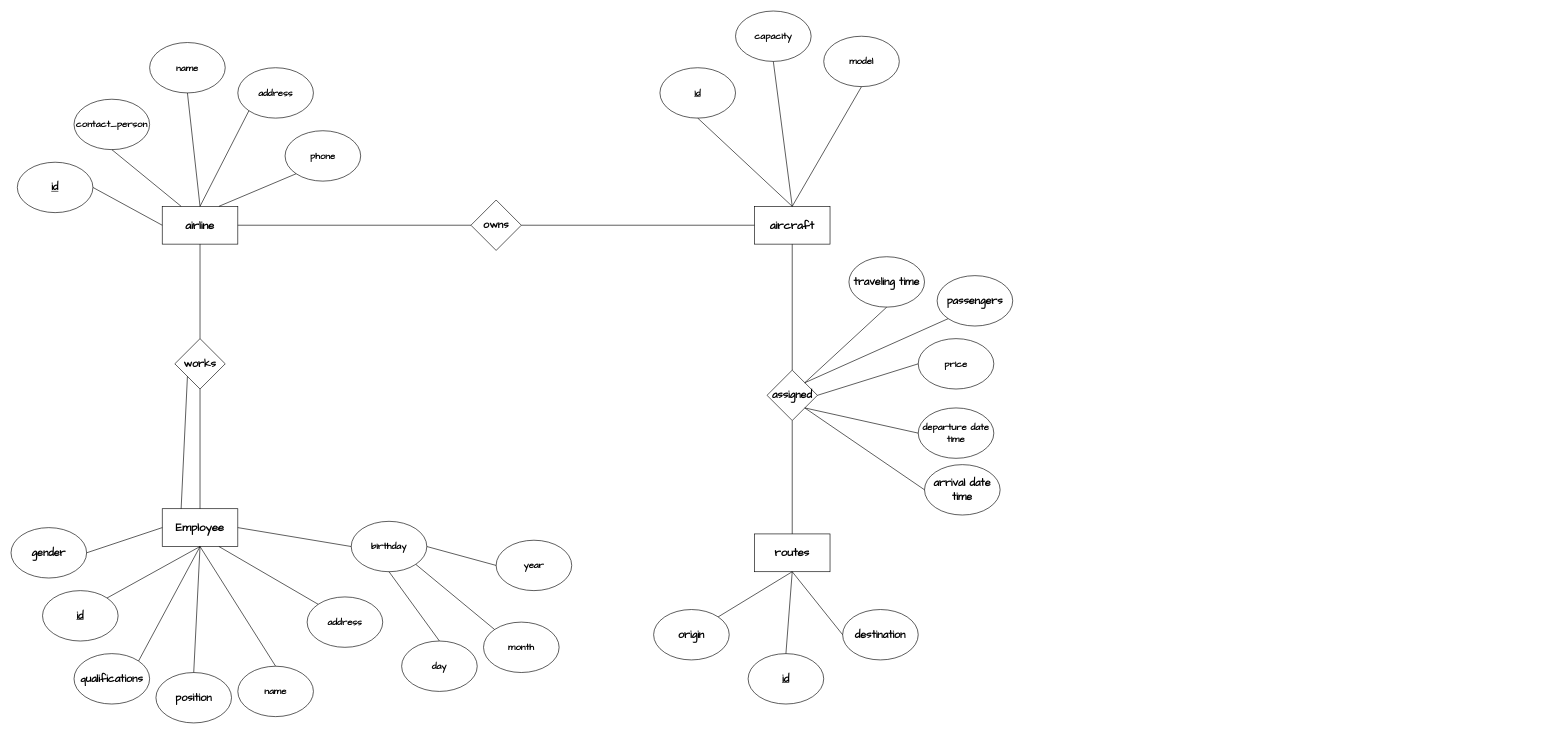
Before: Erd5.drawio in you22ef/ERDs, a draw.io diagram. Source tidied: cells renumbered, new cells numbered last; positions are measured from the earlier drawing's top-left corner, leaving out a move shared by most shapes. Both pictures are drawn from the tidied source at 63%, with x=0, y=0 at pixel (11, 11).
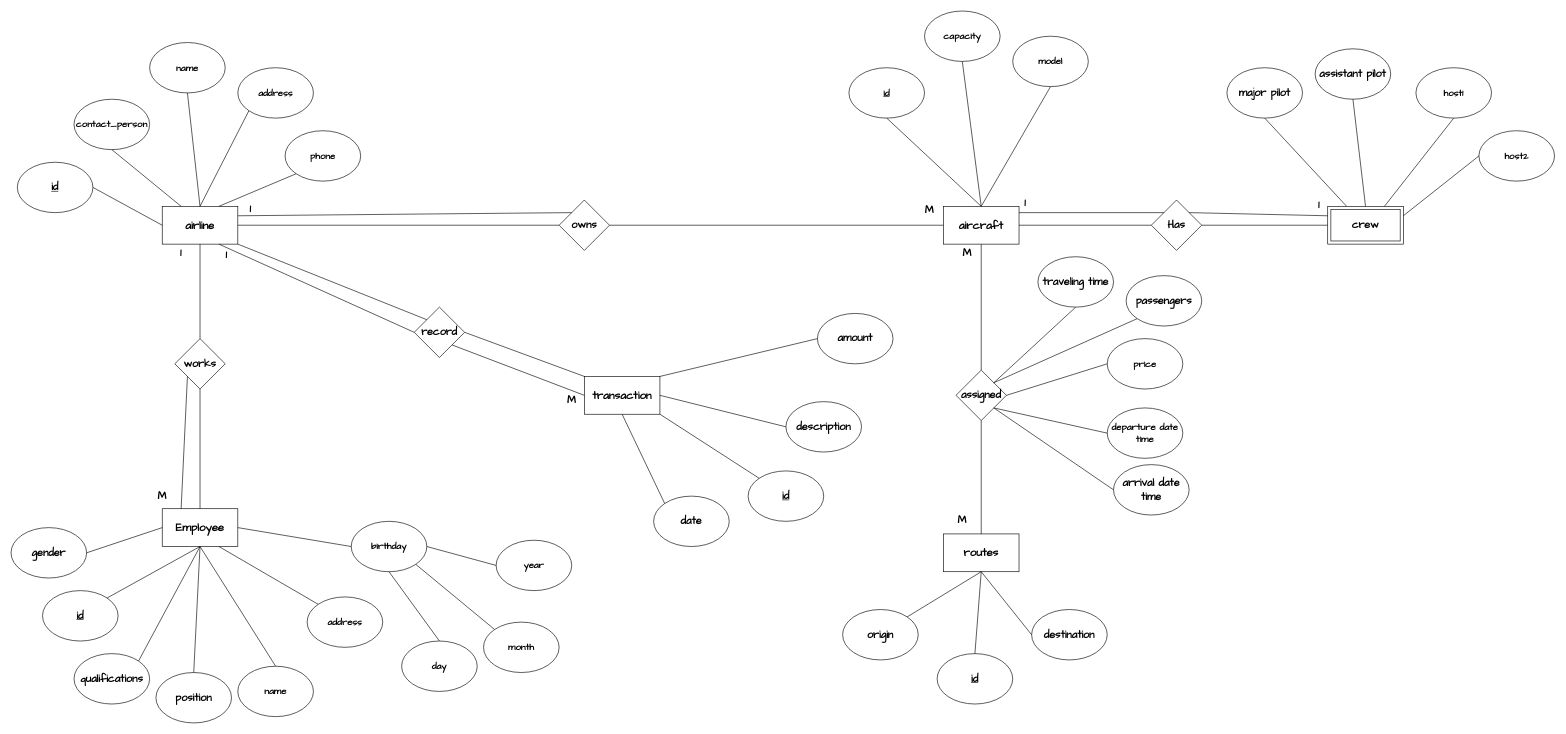
Above is the later version.

Unchanged cells that the change refers to:
```xml
<mxCell id="2" value="&lt;font size=&quot;1&quot; face=&quot;Architects Daughter&quot; style=&quot;&quot;&gt;&lt;b style=&quot;font-size: 18px;&quot;&gt;airline&lt;/b&gt;&lt;/font&gt;" style="rounded=0;whiteSpace=wrap;html=1;" parent="1" vertex="1">
  <mxGeometry x="240" y="310" width="120" height="60" as="geometry" />
</mxCell>
```

Diff of the diagram source:
```diff
@@
     <mxCell id="38" value="&lt;font size=&quot;1&quot; face=&quot;Architects Daughter&quot; style=&quot;&quot;&gt;&lt;b style=&quot;font-size: 18px;&quot;&gt;aircraft&lt;/b&gt;&lt;/font&gt;" style="rounded=0;whiteSpace=wrap;html=1;" parent="1" vertex="1">
-      <mxGeometry x="1180" y="310" width="120" height="60" as="geometry" />
+      <mxGeometry x="1480" y="310" width="120" height="60" as="geometry" />
     </mxCell>
     <mxCell id="39" value="&lt;font style=&quot;font-size: 15px;&quot; face=&quot;Architects Daughter&quot;&gt;&lt;b&gt;&lt;u&gt;id&lt;/u&gt;&lt;/b&gt;&lt;/font&gt;" style="ellipse;whiteSpace=wrap;html=1;" parent="1" vertex="1">
-      <mxGeometry x="1030" y="90" width="120" height="80" as="geometry" />
+      <mxGeometry x="1330" y="90" width="120" height="80" as="geometry" />
     </mxCell>
     <mxCell id="40" value="&lt;font style=&quot;font-size: 15px;&quot; face=&quot;Architects Daughter&quot;&gt;&lt;b&gt;capacity&lt;/b&gt;&lt;/font&gt;" style="ellipse;whiteSpace=wrap;html=1;" parent="1" vertex="1">
-      <mxGeometry x="1150" width="120" height="80" as="geometry" />
+      <mxGeometry x="1450" width="120" height="80" as="geometry" />
     </mxCell>
     <mxCell id="41" value="&lt;font style=&quot;font-size: 15px;&quot; face=&quot;Architects Daughter&quot;&gt;&lt;b&gt;model&lt;/b&gt;&lt;/font&gt;" style="ellipse;whiteSpace=wrap;html=1;" parent="1" vertex="1">
-      <mxGeometry x="1290" y="40" width="120" height="80" as="geometry" />
+      <mxGeometry x="1590" y="40" width="120" height="80" as="geometry" />
     </mxCell>
@@
     <mxCell id="45" value="&lt;font face=&quot;Architects Daughter&quot; style=&quot;font-size: 17px;&quot;&gt;&lt;b&gt;owns&lt;/b&gt;&lt;/font&gt;" style="rhombus;whiteSpace=wrap;html=1;" parent="1" vertex="1">
-      <mxGeometry x="730" y="300" width="80" height="80" as="geometry" />
+      <mxGeometry x="870" y="300" width="80" height="80" as="geometry" />
     </mxCell>
@@
     <mxCell id="48" value="&lt;font size=&quot;1&quot; face=&quot;Architects Daughter&quot; style=&quot;&quot;&gt;&lt;b style=&quot;font-size: 18px;&quot;&gt;routes&lt;/b&gt;&lt;/font&gt;" style="rounded=0;whiteSpace=wrap;html=1;" parent="1" vertex="1">
-      <mxGeometry x="1180" y="830" width="120" height="60" as="geometry" />
+      <mxGeometry x="1480" y="830" width="120" height="60" as="geometry" />
     </mxCell>
     <mxCell id="49" value="&lt;font face=&quot;Architects Daughter&quot; style=&quot;font-size: 17px;&quot;&gt;&lt;b&gt;assigned&lt;/b&gt;&lt;/font&gt;" style="rhombus;whiteSpace=wrap;html=1;" parent="1" vertex="1">
-      <mxGeometry x="1200" y="570" width="80" height="80" as="geometry" />
+      <mxGeometry x="1500" y="570" width="80" height="80" as="geometry" />
     </mxCell>
@@
     <mxCell id="52" value="&lt;font face=&quot;Architects Daughter&quot; style=&quot;font-size: 17px;&quot;&gt;&lt;b&gt;passengers&lt;/b&gt;&lt;/font&gt;" style="ellipse;whiteSpace=wrap;html=1;" parent="1" vertex="1">
-      <mxGeometry x="1470" y="420" width="120" height="80" as="geometry" />
+      <mxGeometry x="1770" y="420" width="120" height="80" as="geometry" />
     </mxCell>
     <mxCell id="53" value="&lt;font style=&quot;font-size: 15px;&quot; face=&quot;Architects Daughter&quot;&gt;&lt;b&gt;price&lt;/b&gt;&lt;/font&gt;" style="ellipse;whiteSpace=wrap;html=1;" parent="1" vertex="1">
-      <mxGeometry x="1440" y="520" width="120" height="80" as="geometry" />
+      <mxGeometry x="1740" y="520" width="120" height="80" as="geometry" />
     </mxCell>
     <mxCell id="54" value="&lt;font face=&quot;Architects Daughter&quot;&gt;&lt;span style=&quot;font-size: 15px;&quot;&gt;&lt;b&gt;departure date time&lt;/b&gt;&lt;/span&gt;&lt;/font&gt;" style="ellipse;whiteSpace=wrap;html=1;" parent="1" vertex="1">
-      <mxGeometry x="1440" y="630" width="120" height="80" as="geometry" />
+      <mxGeometry x="1740" y="630" width="120" height="80" as="geometry" />
     </mxCell>
     <mxCell id="55" value="&lt;span id=&quot;docs-internal-guid-20065bb7-7fff-2f70-83fb-76d57429f38e&quot;&gt;&lt;span style=&quot;background-color: transparent; font-variant-numeric: normal; font-variant-east-asian: normal; font-variant-alternates: normal; font-variant-position: normal; vertical-align: baseline; white-space-collapse: preserve;&quot;&gt;&lt;font face=&quot;Architects Daughter&quot; style=&quot;font-size: 17px;&quot;&gt;&lt;b&gt;arrival date time&lt;/b&gt;&lt;/font&gt;&lt;/span&gt;&lt;/span&gt;" style="ellipse;whiteSpace=wrap;html=1;" parent="1" vertex="1">
-      <mxGeometry x="1450" y="720" width="120" height="80" as="geometry" />
+      <mxGeometry x="1750" y="720" width="120" height="80" as="geometry" />
     </mxCell>
     <mxCell id="56" value="&lt;span id=&quot;docs-internal-guid-20065bb7-7fff-2f70-83fb-76d57429f38e&quot;&gt;&lt;span style=&quot;background-color: transparent; font-variant-numeric: normal; font-variant-east-asian: normal; font-variant-alternates: normal; font-variant-position: normal; vertical-align: baseline; white-space-collapse: preserve;&quot;&gt;&lt;font face=&quot;Architects Daughter&quot; style=&quot;font-size: 17px;&quot;&gt;&lt;b&gt;traveling time&lt;/b&gt;&lt;/font&gt;&lt;/span&gt;&lt;/span&gt;" style="ellipse;whiteSpace=wrap;html=1;" parent="1" vertex="1">
-      <mxGeometry x="1330" y="390" width="120" height="80" as="geometry" />
+      <mxGeometry x="1630" y="390" width="120" height="80" as="geometry" />
     </mxCell>
@@
     <mxCell id="62" value="&lt;font face=&quot;Architects Daughter&quot; style=&quot;font-size: 17px;&quot;&gt;&lt;b&gt;&lt;u&gt;id&lt;/u&gt;&lt;/b&gt;&lt;/font&gt;" style="ellipse;whiteSpace=wrap;html=1;" parent="1" vertex="1">
-      <mxGeometry x="1170" y="1020" width="120" height="80" as="geometry" />
+      <mxGeometry x="1470" y="1020" width="120" height="80" as="geometry" />
     </mxCell>
     <mxCell id="63" value="&lt;font face=&quot;Architects Daughter&quot; style=&quot;font-size: 17px;&quot;&gt;&lt;b&gt;origin&lt;/b&gt;&lt;/font&gt;" style="ellipse;whiteSpace=wrap;html=1;" parent="1" vertex="1">
-      <mxGeometry x="1020" y="950" width="120" height="80" as="geometry" />
+      <mxGeometry x="1320" y="950" width="120" height="80" as="geometry" />
     </mxCell>
     <mxCell id="64" value="&lt;font face=&quot;Architects Daughter&quot; style=&quot;font-size: 17px;&quot;&gt;&lt;b&gt;destination&lt;/b&gt;&lt;/font&gt;" style="ellipse;whiteSpace=wrap;html=1;" parent="1" vertex="1">
-      <mxGeometry x="1320" y="950" width="120" height="80" as="geometry" />
+      <mxGeometry x="1620" y="950" width="120" height="80" as="geometry" />
     </mxCell>
@@
+    <mxCell id="68" value="&lt;font face=&quot;Architects Daughter&quot;&gt;&lt;span style=&quot;font-size: 17px;&quot;&gt;&lt;b&gt;Has&lt;/b&gt;&lt;/span&gt;&lt;/font&gt;" style="rhombus;whiteSpace=wrap;html=1;" parent="1" vertex="1">
+      <mxGeometry x="1810" y="300" width="80" height="80" as="geometry" />
+    </mxCell>
+    <mxCell id="69" style="endArrow=none;html=1;rounded=0;entryX=0;entryY=0.5;entryDx=0;entryDy=0;exitX=1;exitY=0.5;exitDx=0;exitDy=0;" parent="1" edge="1" source="38" target="68">
+      <mxGeometry relative="1" as="geometry" />
+    </mxCell>
+    <mxCell id="70" style="endArrow=none;html=1;rounded=0;entryX=0;entryY=0.5;entryDx=0;entryDy=0;exitX=1;exitY=0.5;exitDx=0;exitDy=0;" parent="1" edge="1" source="68">
+      <mxGeometry relative="1" as="geometry">
+        <mxPoint x="2090" y="340" as="targetPoint" />
+      </mxGeometry>
+    </mxCell>
+    <mxCell id="71" value="&lt;span id=&quot;docs-internal-guid-b2db51b0-7fff-d090-8908-4a4fd3508adb&quot;&gt;&lt;span style=&quot;background-color: transparent; font-variant-numeric: normal; font-variant-east-asian: normal; font-variant-alternates: normal; font-variant-position: normal; vertical-align: baseline; white-space-collapse: preserve;&quot;&gt;&lt;font face=&quot;Architects Daughter&quot; style=&quot;font-size: 17px;&quot;&gt;&lt;b style=&quot;&quot;&gt;assistant pilot&lt;/b&gt;&lt;/font&gt;&lt;/span&gt;&lt;/span&gt;" style="ellipse;whiteSpace=wrap;html=1;" parent="1" vertex="1">
+      <mxGeometry x="2070" y="60" width="120" height="80" as="geometry" />
+    </mxCell>
+    <mxCell id="72" value="&lt;font style=&quot;font-size: 15px;&quot; face=&quot;Architects Daughter&quot;&gt;&lt;b&gt;host1&lt;/b&gt;&lt;/font&gt;" style="ellipse;whiteSpace=wrap;html=1;" parent="1" vertex="1">
+      <mxGeometry x="2230" y="90" width="120" height="80" as="geometry" />
+    </mxCell>
+    <mxCell id="73" value="&lt;span id=&quot;docs-internal-guid-0a37451d-7fff-90be-95d0-c3b333b47616&quot;&gt;&lt;span style=&quot;background-color: transparent; font-variant-numeric: normal; font-variant-east-asian: normal; font-variant-alternates: normal; font-variant-position: normal; vertical-align: baseline; white-space-collapse: preserve;&quot;&gt;&lt;font face=&quot;Architects Daughter&quot; style=&quot;font-size: 17px;&quot;&gt;&lt;b style=&quot;&quot;&gt;major pilot&lt;/b&gt;&lt;/font&gt;&lt;/span&gt;&lt;/span&gt;" style="ellipse;whiteSpace=wrap;html=1;" parent="1" vertex="1">
+      <mxGeometry x="1930" y="90" width="120" height="80" as="geometry" />
+    </mxCell>
+    <mxCell id="74" value="&lt;font style=&quot;font-size: 15px;&quot; face=&quot;Architects Daughter&quot;&gt;&lt;b&gt;host2&lt;/b&gt;&lt;/font&gt;" style="ellipse;whiteSpace=wrap;html=1;" parent="1" vertex="1">
+      <mxGeometry x="2330" y="190" width="120" height="80" as="geometry" />
+    </mxCell>
+    <mxCell id="75" style="endArrow=none;html=1;rounded=0;entryX=0.5;entryY=1;entryDx=0;entryDy=0;exitX=0.25;exitY=0;exitDx=0;exitDy=0;" parent="1" edge="1" source="76" target="73">
+      <mxGeometry relative="1" as="geometry" />
+    </mxCell>
+    <mxCell id="76" value="&lt;font face=&quot;Architects Daughter&quot; style=&quot;font-size: 17px;&quot;&gt;&lt;b&gt;crew&lt;/b&gt;&lt;/font&gt;" style="shape=ext;margin=3;double=1;whiteSpace=wrap;html=1;align=center;" parent="1" vertex="1">
+      <mxGeometry x="2090" y="310" width="120" height="60" as="geometry" />
+    </mxCell>
+    <mxCell id="77" style="endArrow=none;html=1;rounded=0;entryX=0.5;entryY=1;entryDx=0;entryDy=0;exitX=0.5;exitY=0;exitDx=0;exitDy=0;" parent="1" edge="1" source="76" target="71">
+      <mxGeometry relative="1" as="geometry" />
+    </mxCell>
+    <mxCell id="78" style="endArrow=none;html=1;rounded=0;entryX=0.5;entryY=1;entryDx=0;entryDy=0;exitX=0.75;exitY=0;exitDx=0;exitDy=0;" parent="1" edge="1" source="76" target="72">
+      <mxGeometry relative="1" as="geometry" />
+    </mxCell>
+    <mxCell id="79" style="endArrow=none;html=1;rounded=0;entryX=0;entryY=0.5;entryDx=0;entryDy=0;exitX=1;exitY=0.25;exitDx=0;exitDy=0;" parent="1" edge="1" source="76" target="74">
+      <mxGeometry relative="1" as="geometry" />
+    </mxCell>
+    <mxCell id="80" value="&lt;font size=&quot;1&quot; face=&quot;Architects Daughter&quot; style=&quot;&quot;&gt;&lt;b style=&quot;font-size: 18px;&quot;&gt;transaction&lt;/b&gt;&lt;/font&gt;" style="rounded=0;whiteSpace=wrap;html=1;" parent="1" vertex="1">
+      <mxGeometry x="910" y="580" width="120" height="60" as="geometry" />
+    </mxCell>
+    <mxCell id="81" value="&lt;font face=&quot;Architects Daughter&quot; style=&quot;font-size: 17px;&quot;&gt;&lt;b&gt;&lt;u&gt;id&lt;/u&gt;&lt;/b&gt;&lt;/font&gt;" style="ellipse;whiteSpace=wrap;html=1;" parent="1" vertex="1">
+      <mxGeometry x="1170" y="730" width="120" height="80" as="geometry" />
+    </mxCell>
+    <mxCell id="82" value="&lt;font face=&quot;Architects Daughter&quot; style=&quot;font-size: 17px;&quot;&gt;&lt;b&gt;date&lt;/b&gt;&lt;/font&gt;" style="ellipse;whiteSpace=wrap;html=1;" parent="1" vertex="1">
+      <mxGeometry x="1020" y="770" width="120" height="80" as="geometry" />
+    </mxCell>
+    <mxCell id="83" value="&lt;font face=&quot;Architects Daughter&quot; style=&quot;font-size: 17px;&quot;&gt;&lt;b&gt;description&lt;/b&gt;&lt;/font&gt;" style="ellipse;whiteSpace=wrap;html=1;" parent="1" vertex="1">
+      <mxGeometry x="1230" y="620" width="120" height="80" as="geometry" />
+    </mxCell>
+    <mxCell id="84" value="&lt;font face=&quot;Architects Daughter&quot; style=&quot;font-size: 17px;&quot;&gt;&lt;b&gt;amount&lt;/b&gt;&lt;/font&gt;" style="ellipse;whiteSpace=wrap;html=1;" parent="1" vertex="1">
+      <mxGeometry x="1280" y="480" width="120" height="80" as="geometry" />
+    </mxCell>
+    <mxCell id="85" style="endArrow=none;html=1;rounded=0;entryX=0.5;entryY=1;entryDx=0;entryDy=0;exitX=0;exitY=0;exitDx=0;exitDy=0;" parent="1" edge="1" source="82" target="80">
+      <mxGeometry relative="1" as="geometry" />
+    </mxCell>
+    <mxCell id="86" style="endArrow=none;html=1;rounded=0;entryX=1;entryY=1;entryDx=0;entryDy=0;exitX=0;exitY=0;exitDx=0;exitDy=0;" parent="1" edge="1" source="81" target="80">
+      <mxGeometry relative="1" as="geometry" />
+    </mxCell>
+    <mxCell id="87" style="endArrow=none;html=1;rounded=0;exitX=0;exitY=0.5;exitDx=0;exitDy=0;entryX=1;entryY=0.5;entryDx=0;entryDy=0;" parent="1" edge="1" source="83" target="80">
+      <mxGeometry relative="1" as="geometry" />
+    </mxCell>
+    <mxCell id="88" style="endArrow=none;html=1;rounded=0;entryX=0;entryY=0.5;entryDx=0;entryDy=0;exitX=1;exitY=0;exitDx=0;exitDy=0;" parent="1" edge="1" source="80" target="84">
+      <mxGeometry relative="1" as="geometry" />
+    </mxCell>
+    <mxCell id="89" value="&lt;font face=&quot;Architects Daughter&quot; style=&quot;font-size: 17px;&quot;&gt;&lt;b&gt;record&lt;/b&gt;&lt;/font&gt;" style="rhombus;whiteSpace=wrap;html=1;" parent="1" vertex="1">
+      <mxGeometry x="640" y="470" width="80" height="80" as="geometry" />
+    </mxCell>
+    <mxCell id="90" style="endArrow=none;html=1;rounded=0;entryX=1;entryY=1;entryDx=0;entryDy=0;exitX=0;exitY=0;exitDx=0;exitDy=0;" parent="1" edge="1" source="89" target="2">
+      <mxGeometry relative="1" as="geometry" />
+    </mxCell>
+    <mxCell id="91" style="endArrow=none;html=1;rounded=0;entryX=1;entryY=1;entryDx=0;entryDy=0;exitX=0;exitY=0.5;exitDx=0;exitDy=0;" parent="1" edge="1" source="80" target="89">
+      <mxGeometry relative="1" as="geometry" />
+    </mxCell>
+    <mxCell id="92" value="&lt;font face=&quot;Architects Daughter&quot; style=&quot;font-size: 17px;&quot;&gt;&lt;b&gt;1&lt;/b&gt;&lt;/font&gt;" style="text;html=1;align=center;verticalAlign=middle;whiteSpace=wrap;rounded=0;" parent="1" vertex="1">
+      <mxGeometry x="240" y="370" width="60" height="30" as="geometry" />
+    </mxCell>
+    <mxCell id="93" value="&lt;font face=&quot;Architects Daughter&quot; style=&quot;font-size: 17px;&quot;&gt;&lt;b&gt;M&lt;/b&gt;&lt;/font&gt;" style="text;html=1;align=center;verticalAlign=middle;whiteSpace=wrap;rounded=0;" parent="1" vertex="1">
+      <mxGeometry x="210" y="755" width="60" height="30" as="geometry" />
+    </mxCell>
+    <mxCell id="94" style="endArrow=none;html=1;rounded=0;entryX=0;entryY=0;entryDx=0;entryDy=0;exitX=1;exitY=0.25;exitDx=0;exitDy=0;" parent="1" edge="1" source="2" target="45">
+      <mxGeometry relative="1" as="geometry" />
+    </mxCell>
+    <mxCell id="95" value="&lt;font face=&quot;Architects Daughter&quot; style=&quot;font-size: 17px;&quot;&gt;&lt;b&gt;1&lt;/b&gt;&lt;/font&gt;" style="text;html=1;align=center;verticalAlign=middle;whiteSpace=wrap;rounded=0;" parent="1" vertex="1">
+      <mxGeometry x="350" y="300" width="60" height="30" as="geometry" />
+    </mxCell>
+    <mxCell id="96" value="&lt;font face=&quot;Architects Daughter&quot; style=&quot;font-size: 17px;&quot;&gt;&lt;b&gt;M&lt;/b&gt;&lt;/font&gt;" style="text;html=1;align=center;verticalAlign=middle;whiteSpace=wrap;rounded=0;" parent="1" vertex="1">
+      <mxGeometry x="1428" y="301" width="60" height="30" as="geometry" />
+    </mxCell>
+    <mxCell id="97" value="&lt;font face=&quot;Architects Daughter&quot; style=&quot;font-size: 17px;&quot;&gt;&lt;b&gt;M&lt;/b&gt;&lt;/font&gt;" style="text;html=1;align=center;verticalAlign=middle;whiteSpace=wrap;rounded=0;" parent="1" vertex="1">
+      <mxGeometry x="1488" y="370" width="60" height="30" as="geometry" />
+    </mxCell>
+    <mxCell id="98" value="&lt;font face=&quot;Architects Daughter&quot; style=&quot;font-size: 17px;&quot;&gt;&lt;b&gt;M&lt;/b&gt;&lt;/font&gt;" style="text;html=1;align=center;verticalAlign=middle;whiteSpace=wrap;rounded=0;" parent="1" vertex="1">
+      <mxGeometry x="1480" y="793" width="60" height="30" as="geometry" />
+    </mxCell>
+    <mxCell id="99" value="&lt;font face=&quot;Architects Daughter&quot; style=&quot;font-size: 17px;&quot;&gt;&lt;b&gt;1&lt;/b&gt;&lt;/font&gt;" style="text;html=1;align=center;verticalAlign=middle;whiteSpace=wrap;rounded=0;" parent="1" vertex="1">
+      <mxGeometry x="1580" y="290" width="60" height="30" as="geometry" />
+    </mxCell>
+    <mxCell id="100" style="endArrow=none;html=1;rounded=0;entryX=0;entryY=0;entryDx=0;entryDy=0;exitX=1;exitY=0.5;exitDx=0;exitDy=0;" parent="1" edge="1" target="68">
+      <mxGeometry relative="1" as="geometry">
+        <mxPoint x="1600" y="320" as="sourcePoint" />
+      </mxGeometry>
+    </mxCell>
+    <mxCell id="101" style="endArrow=none;html=1;rounded=0;exitX=1;exitY=0.5;exitDx=0;exitDy=0;entryX=0;entryY=0.25;entryDx=0;entryDy=0;" parent="1" edge="1" target="76">
+      <mxGeometry relative="1" as="geometry">
+        <mxPoint x="1870" y="320" as="sourcePoint" />
+      </mxGeometry>
+    </mxCell>
+    <mxCell id="102" value="&lt;font face=&quot;Architects Daughter&quot; style=&quot;font-size: 17px;&quot;&gt;&lt;b&gt;1&lt;/b&gt;&lt;/font&gt;" style="text;html=1;align=center;verticalAlign=middle;whiteSpace=wrap;rounded=0;" parent="1" vertex="1">
+      <mxGeometry x="2046" y="293" width="60" height="30" as="geometry" />
+    </mxCell>
+    <mxCell id="103" style="endArrow=none;html=1;rounded=0;entryX=0.75;entryY=1;entryDx=0;entryDy=0;exitX=0;exitY=0.5;exitDx=0;exitDy=0;" parent="1" edge="1" source="89" target="2">
+      <mxGeometry relative="1" as="geometry" />
+    </mxCell>
+    <mxCell id="104" style="endArrow=none;html=1;rounded=0;entryX=1;entryY=0.5;entryDx=0;entryDy=0;exitX=0;exitY=0;exitDx=0;exitDy=0;" parent="1" edge="1" source="80" target="89">
+      <mxGeometry relative="1" as="geometry" />
+    </mxCell>
+    <mxCell id="105" value="&lt;font face=&quot;Architects Daughter&quot; style=&quot;font-size: 17px;&quot;&gt;&lt;b&gt;1&lt;/b&gt;&lt;/font&gt;" style="text;html=1;align=center;verticalAlign=middle;whiteSpace=wrap;rounded=0;" parent="1" vertex="1">
+      <mxGeometry x="312" y="373" width="60" height="30" as="geometry" />
+    </mxCell>
+    <mxCell id="106" value="&lt;font face=&quot;Architects Daughter&quot; style=&quot;font-size: 17px;&quot;&gt;&lt;b&gt;M&lt;/b&gt;&lt;/font&gt;" style="text;html=1;align=center;verticalAlign=middle;whiteSpace=wrap;rounded=0;" parent="1" vertex="1">
+      <mxGeometry x="860" y="603" width="60" height="30" as="geometry" />
+    </mxCell>
```
